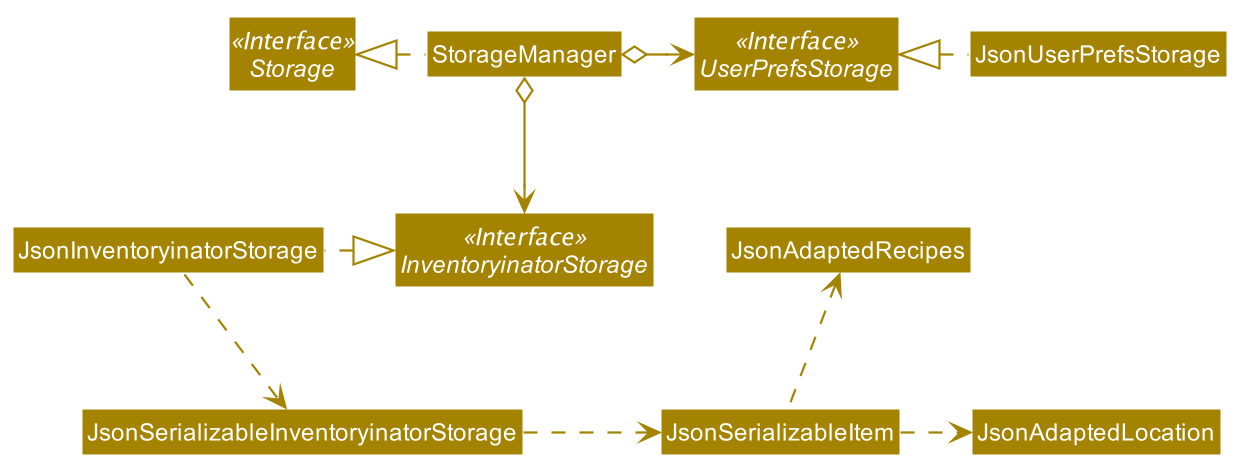
Earlier version of the PlantUML export docs/images/StorageClassDiagram.png (nus-cs2103-AY2021S1/tp).
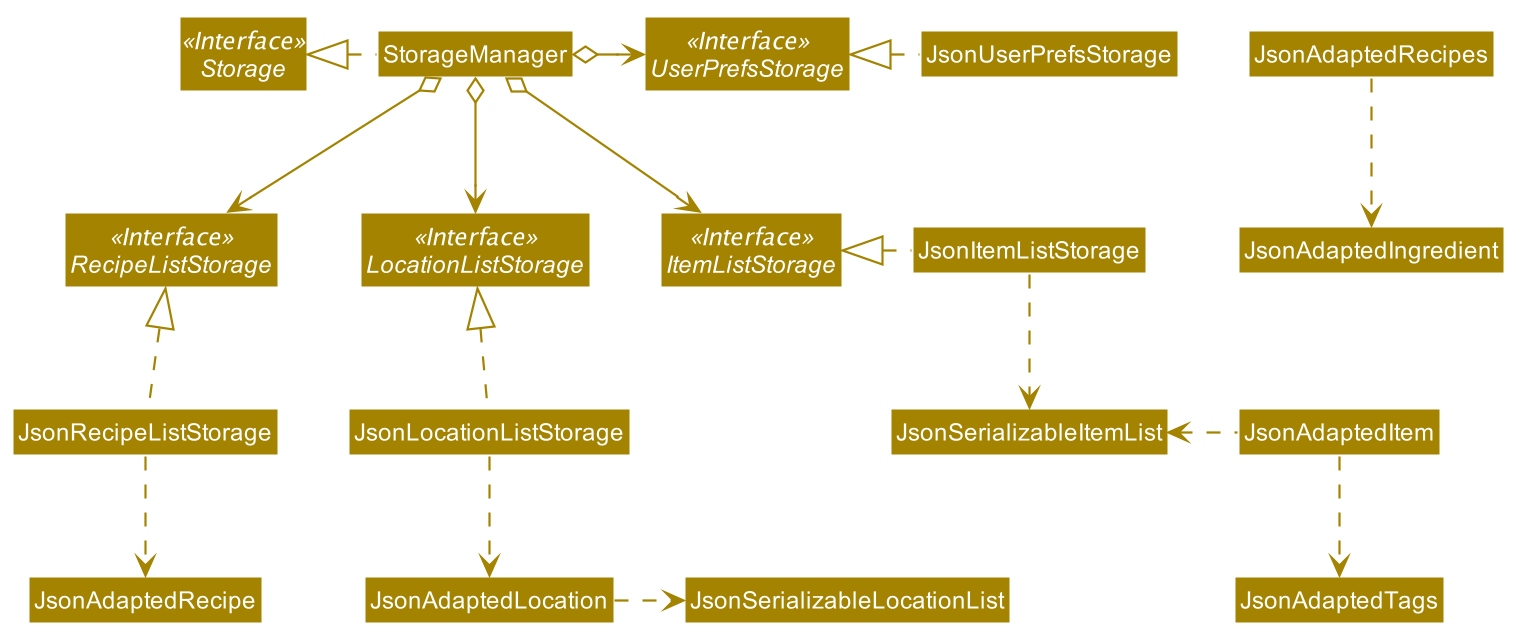
Later version of the same file.

The edit, as a diff of the source:
```diff
@@ -53,20 +53,34 @@
 
 Interface Storage <<Interface>>
 Interface UserPrefsStorage <<Interface>>
-Interface InventoryinatorStorage <<Interface>>
+Interface ItemListStorage <<Interface>>
+Interface RecipeListStorage <<Interface>>
+Interface LocationListStorage <<Interface>>
 
 Class StorageManager
 Class JsonUserPrefsStorage
-Class JsonInventoryinatorStorage
+Class JsonItemListStorage
+Class JsonRecipeListStorage
+Class JsonLocationListStorage
 
 StorageManager .left.|> Storage
 StorageManager o-right-> UserPrefsStorage
-StorageManager o--> InventoryinatorStorage
+StorageManager o--> ItemListStorage
+StorageManager o--> RecipeListStorage
+StorageManager o--> LocationListStorage
 
 JsonUserPrefsStorage .left.|> UserPrefsStorage
-JsonInventoryinatorStorage .left.|> InventoryinatorStorage
-JsonInventoryinatorStorage .down.> JsonSerializableInventoryinatorStorage
-JsonSerializableInventoryinatorStorage .right.> JsonSerializableItem
-JsonSerializableItem .right.> JsonAdaptedLocation
-JsonSerializableItem .up.> JsonAdaptedRecipes
+JsonItemListStorage .left.|> ItemListStorage
+JsonItemListStorage .down.> JsonSerializableItemList
+JsonAdaptedItem .left.> JsonSerializableItemList
+JsonAdaptedItem .down.> JsonAdaptedTags
+
+JsonLocationListStorage .up.|> LocationListStorage
+JsonLocationListStorage ..> JsonAdaptedLocation
+JsonAdaptedLocation .right.> JsonSerializableLocationList
+
+JsonRecipeListStorage .up.|> RecipeListStorage
+JsonRecipeListStorage ..> JsonAdaptedRecipe
+JsonAdaptedRecipes ..> JsonAdaptedIngredient
+
 @enduml
```
